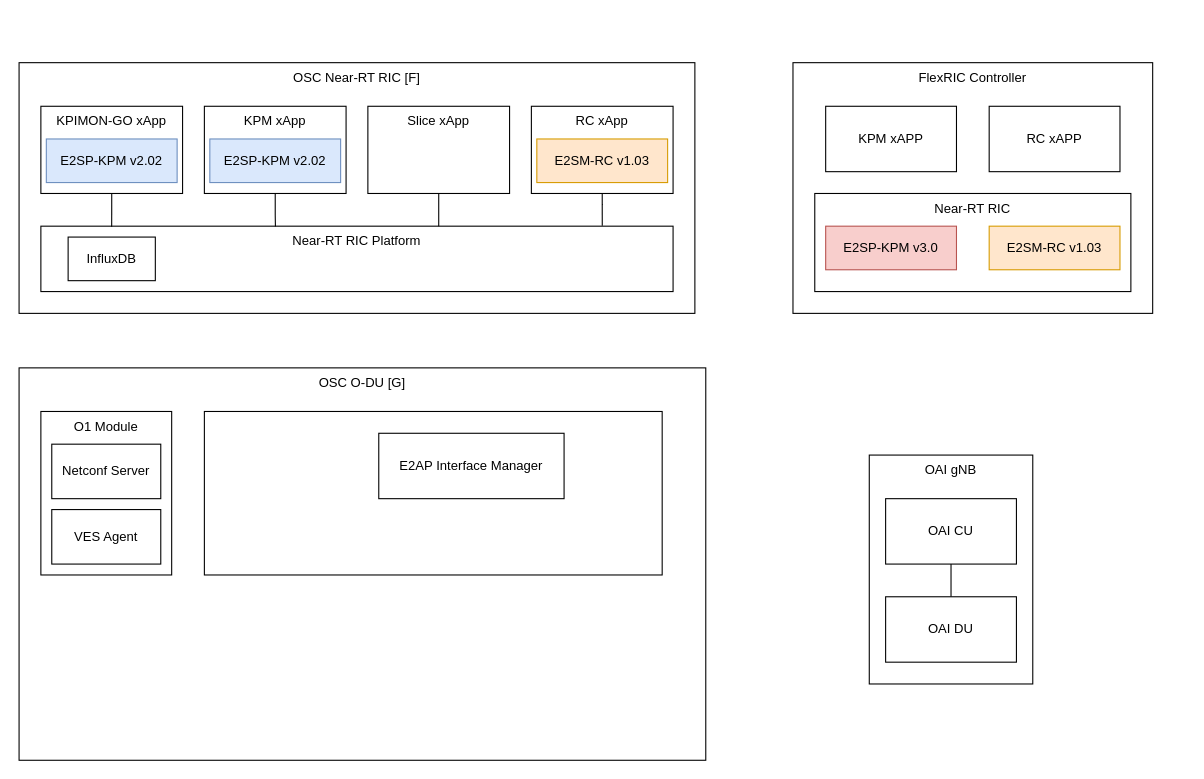
NTUST-BMW-Lab/bubbleran keeps this draw.io diagram as page "Final Goal" (3 of 3) of BubleRAN_OSC Interconnection.drawio. Above is the earlier version. Source tidied: cells renumbered, new cells numbered last; positions are measured from the earlier drawing's top-left corner, leaving out a move shared by most shapes. Both pictures are drawn from the tidied source at 109%, with x=0, y=0 at pixel (19, 62).
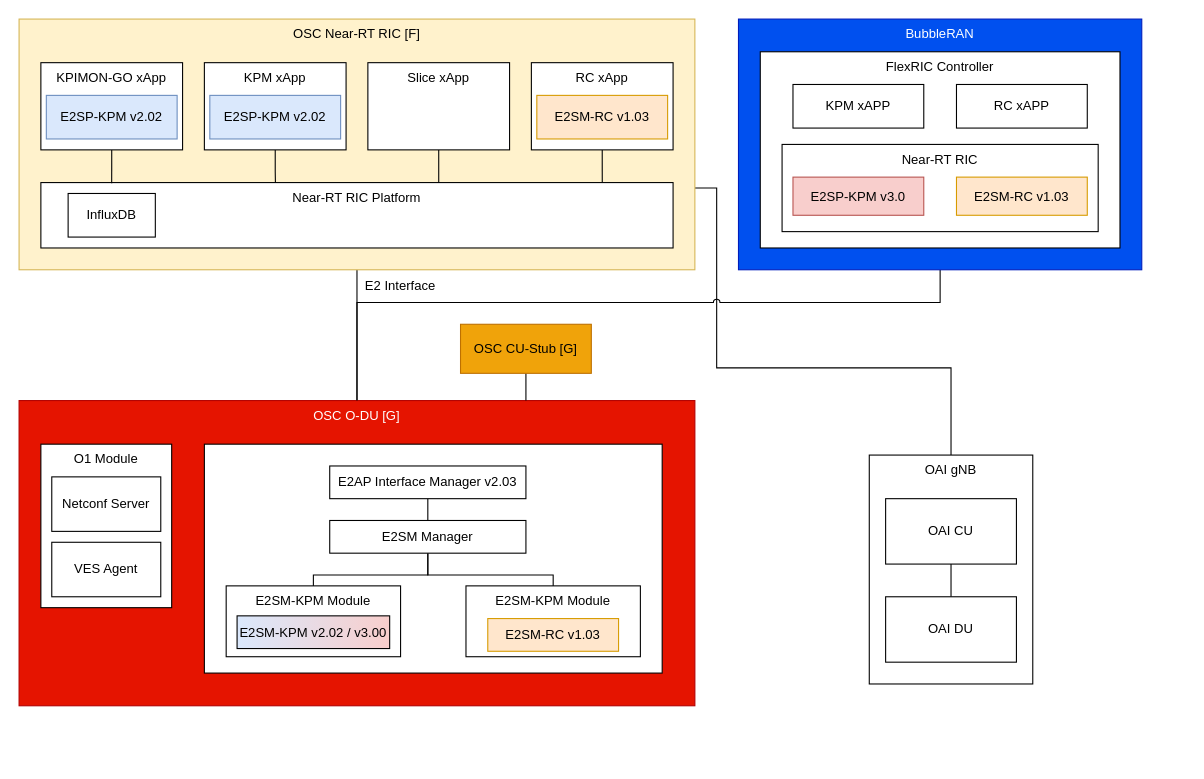
The same page after the edit.

Unchanged cells that the change refers to:
```xml
<mxCell id="2" value="OAI gNB" style="rounded=0;whiteSpace=wrap;html=1;verticalAlign=top;" parent="1" vertex="1">
  <mxGeometry x="780" y="360" width="150" height="210" as="geometry" />
</mxCell>
```

Diff of the diagram source:
```diff
@@
+    <mxCell id="36" style="edgeStyle=orthogonalEdgeStyle;rounded=0;jettySize=auto;html=1;endArrow=none;endFill=0;" parent="1" edge="1" source="6" target="30">
+      <mxGeometry relative="1" as="geometry" />
+    </mxCell>
+    <mxCell id="37" style="edgeStyle=orthogonalEdgeStyle;rounded=0;jettySize=auto;html=1;endArrow=none;endFill=0;jumpStyle=arc;" parent="1" edge="1" source="6" target="2">
+      <mxGeometry relative="1" as="geometry">
+        <Array as="points">
+          <mxPoint x="640" y="115" />
+          <mxPoint x="640" y="280" />
+          <mxPoint x="855" y="280" />
+        </Array>
+      </mxGeometry>
+    </mxCell>
-    <mxCell id="6" value="OSC Near-RT RIC [F]" style="rounded=0;whiteSpace=wrap;html=1;verticalAlign=top;" parent="1" vertex="1">
-      <mxGeometry width="620" height="230" as="geometry" />
+    <mxCell id="6" value="OSC Near-RT RIC [F]" style="rounded=0;whiteSpace=wrap;html=1;verticalAlign=top;fillColor=#fff2cc;strokeColor=#d6b656;" parent="1" vertex="1">
+      <mxGeometry y="-40" width="620" height="230" as="geometry" />
     </mxCell>
     <mxCell id="7" value="Slice xApp" style="rounded=0;whiteSpace=wrap;html=1;verticalAlign=top;" parent="1" vertex="1">
-      <mxGeometry x="320" y="40" width="130" height="80" as="geometry" />
+      <mxGeometry x="320" width="130" height="80" as="geometry" />
     </mxCell>
     <mxCell id="8" style="group;" parent="1" vertex="1">
-      <mxGeometry x="20" y="40" width="130" height="80" as="geometry" />
+      <mxGeometry x="20" width="130" height="80" as="geometry" />
     </mxCell>
@@
     <mxCell id="11" style="group;" parent="1" vertex="1">
-      <mxGeometry x="170" y="40" width="130" height="80" as="geometry" />
+      <mxGeometry x="170" width="130" height="80" as="geometry" />
     </mxCell>
@@
     <mxCell id="14" style="group;" parent="1" vertex="1">
-      <mxGeometry x="470" y="40" width="130" height="80" as="geometry" />
+      <mxGeometry x="470" width="130" height="80" as="geometry" />
     </mxCell>
@@
-    <mxCell id="17" style="group;" parent="1" vertex="1">
-      <mxGeometry x="710" width="330" height="230" as="geometry" />
-    </mxCell>
-    <mxCell id="18" value="FlexRIC Controller" style="rounded=0;whiteSpace=wrap;html=1;verticalAlign=top;" parent="17" vertex="1">
-      <mxGeometry width="330" height="230" as="geometry" />
-    </mxCell>
-    <mxCell id="19" value="KPM xAPP" style="rounded=0;whiteSpace=wrap;html=1;" parent="17" vertex="1">
-      <mxGeometry x="30" y="40" width="120" height="60" as="geometry" />
-    </mxCell>
-    <mxCell id="20" value="RC xAPP" style="rounded=0;whiteSpace=wrap;html=1;" parent="17" vertex="1">
-      <mxGeometry x="180" y="40" width="120" height="60" as="geometry" />
-    </mxCell>
-    <mxCell id="21" value="Near-RT RIC" style="rounded=0;whiteSpace=wrap;html=1;verticalAlign=top;" parent="17" vertex="1">
-      <mxGeometry x="20" y="120" width="290" height="90" as="geometry" />
-    </mxCell>
-    <mxCell id="22" value="E2SP-KPM v3.0" style="rounded=0;whiteSpace=wrap;html=1;fillColor=#f8cecc;strokeColor=#b85450;" parent="17" vertex="1">
-      <mxGeometry x="30" y="150" width="120" height="40" as="geometry" />
-    </mxCell>
-    <mxCell id="23" value="E2SM-RC v1.03" style="rounded=0;whiteSpace=wrap;html=1;fillColor=#ffe6cc;strokeColor=#d79b00;" parent="17" vertex="1">
-      <mxGeometry x="180" y="150" width="120" height="40" as="geometry" />
-    </mxCell>
     <mxCell id="24" value="Near-RT RIC Platform" style="rounded=0;whiteSpace=wrap;html=1;verticalAlign=top;" parent="1" vertex="1">
-      <mxGeometry x="20" y="150" width="580" height="60" as="geometry" />
+      <mxGeometry x="20" y="110" width="580" height="60" as="geometry" />
     </mxCell>
     <mxCell id="25" value="InfluxDB" style="rounded=0;whiteSpace=wrap;html=1;" parent="1" vertex="1">
-      <mxGeometry x="45" y="160" width="80" height="40" as="geometry" />
+      <mxGeometry x="45" y="120" width="80" height="40" as="geometry" />
     </mxCell>
@@
     <mxCell id="28" style="edgeStyle=orthogonalEdgeStyle;rounded=0;jettySize=auto;html=1;endArrow=none;endFill=0;" parent="1" edge="1" source="7">
       <mxGeometry relative="1" as="geometry">
-        <mxPoint x="385" y="150" as="targetPoint" />
+        <mxPoint x="385" y="110" as="targetPoint" />
         <Array as="points">
-          <mxPoint x="385" y="150" />
+          <mxPoint x="385" y="110" />
         </Array>
       </mxGeometry>
     </mxCell>
@@
-    <mxCell id="30" value="OSC O-DU [G]" style="rounded=0;whiteSpace=wrap;html=1;verticalAlign=top;" parent="1" vertex="1">
-      <mxGeometry y="280" width="630" height="360" as="geometry" />
+    <mxCell id="30" value="OSC O-DU [G]" style="rounded=0;whiteSpace=wrap;html=1;verticalAlign=top;fillColor=#e51400;fontColor=#ffffff;strokeColor=#B20000;" parent="1" vertex="1">
+      <mxGeometry y="310" width="620" height="280" as="geometry" />
     </mxCell>
     <mxCell id="31" value="O1 Module" style="rounded=0;whiteSpace=wrap;html=1;verticalAlign=top;" parent="1" vertex="1">
-      <mxGeometry x="20" y="320" width="120" height="150" as="geometry" />
+      <mxGeometry x="20" y="350" width="120" height="150" as="geometry" />
     </mxCell>
     <mxCell id="32" value="Netconf Server" style="rounded=0;whiteSpace=wrap;html=1;" parent="1" vertex="1">
-      <mxGeometry x="30" y="350" width="100" height="50" as="geometry" />
+      <mxGeometry x="30" y="380" width="100" height="50" as="geometry" />
     </mxCell>
     <mxCell id="33" value="VES Agent" style="rounded=0;whiteSpace=wrap;html=1;" parent="1" vertex="1">
-      <mxGeometry x="30" y="410" width="100" height="50" as="geometry" />
+      <mxGeometry x="30" y="440" width="100" height="50" as="geometry" />
     </mxCell>
     <mxCell id="34" style="rounded=0;whiteSpace=wrap;html=1;" parent="1" vertex="1">
-      <mxGeometry x="170" y="320" width="420" height="150" as="geometry" />
+      <mxGeometry x="170" y="350" width="420" height="210" as="geometry" />
     </mxCell>
+    <mxCell id="38" style="edgeStyle=orthogonalEdgeStyle;rounded=0;jettySize=auto;html=1;entryX=0.5;entryY=0;entryDx=0;entryDy=0;endArrow=none;endFill=0;" parent="1" edge="1" source="35" target="41">
+      <mxGeometry relative="1" as="geometry" />
+    </mxCell>
-    <mxCell id="35" value="E2AP Interface Manager" style="rounded=0;whiteSpace=wrap;html=1;" parent="1" vertex="1">
-      <mxGeometry x="330" y="340" width="170" height="60" as="geometry" />
+    <mxCell id="35" value="E2AP Interface Manager v2.03" style="rounded=0;whiteSpace=wrap;html=1;" parent="1" vertex="1">
+      <mxGeometry x="285" y="370" width="180" height="30" as="geometry" />
     </mxCell>
+    <mxCell id="39" style="edgeStyle=orthogonalEdgeStyle;rounded=0;jettySize=auto;html=1;endArrow=none;endFill=0;" parent="1" edge="1" source="41" target="43">
+      <mxGeometry relative="1" as="geometry" />
+    </mxCell>
+    <mxCell id="40" style="edgeStyle=orthogonalEdgeStyle;rounded=0;jettySize=auto;html=1;endArrow=none;endFill=0;" parent="1" edge="1" source="41" target="45">
+      <mxGeometry relative="1" as="geometry">
+        <Array as="points">
+          <mxPoint x="375" y="470" />
+          <mxPoint x="490" y="470" />
+        </Array>
+      </mxGeometry>
+    </mxCell>
+    <mxCell id="41" value="E2SM Manager" style="rounded=0;whiteSpace=wrap;html=1;" parent="1" vertex="1">
+      <mxGeometry x="285" y="420" width="180" height="30" as="geometry" />
+    </mxCell>
+    <mxCell id="42" style="group;" parent="1" vertex="1">
+      <mxGeometry x="190" y="480" width="160" height="65" as="geometry" />
+    </mxCell>
+    <mxCell id="43" value="E2SM-KPM Module" style="rounded=0;whiteSpace=wrap;html=1;verticalAlign=top;" parent="42" vertex="1">
+      <mxGeometry width="160" height="65" as="geometry" />
+    </mxCell>
+    <mxCell id="44" value="E2SM-KPM v2.02 / v3.00" style="rounded=0;whiteSpace=wrap;html=1;gradientColor=#DAE8FC;gradientDirection=west;fillColor=#F8CECC;" parent="42" vertex="1">
+      <mxGeometry x="10" y="27.5" width="140" height="30" as="geometry" />
+    </mxCell>
+    <mxCell id="45" value="E2SM-KPM Module" style="rounded=0;whiteSpace=wrap;html=1;verticalAlign=top;" parent="1" vertex="1">
+      <mxGeometry x="410" y="480" width="160" height="65" as="geometry" />
+    </mxCell>
+    <mxCell id="46" value="E2SM-RC v1.03" style="rounded=0;whiteSpace=wrap;html=1;fillColor=#ffe6cc;strokeColor=#d79b00;" parent="1" vertex="1">
+      <mxGeometry x="430" y="510" width="120" height="30" as="geometry" />
+    </mxCell>
+    <mxCell id="47" style="edgeStyle=orthogonalEdgeStyle;rounded=0;jettySize=auto;html=1;entryX=0.75;entryY=0;entryDx=0;entryDy=0;endArrow=none;endFill=0;" parent="1" edge="1" source="48" target="30">
+      <mxGeometry relative="1" as="geometry" />
+    </mxCell>
+    <mxCell id="48" value="OSC CU-Stub [G]" style="rounded=0;whiteSpace=wrap;html=1;fillColor=#f0a30a;strokeColor=#BD7000;fontColor=#000000;" parent="1" vertex="1">
+      <mxGeometry x="405" y="240" width="120" height="45" as="geometry" />
+    </mxCell>
+    <mxCell id="49" style="edgeStyle=orthogonalEdgeStyle;rounded=0;jettySize=auto;html=1;endArrow=none;endFill=0;jumpStyle=arc;exitX=0.5;exitY=1;exitDx=0;exitDy=0;" parent="1" edge="1" source="51" target="30">
+      <mxGeometry relative="1" as="geometry">
+        <Array as="points">
+          <mxPoint x="845" y="220" />
+          <mxPoint x="310" y="220" />
+        </Array>
+      </mxGeometry>
+    </mxCell>
+    <mxCell id="50" value="E2 Interface" style="text;html=1;strokeColor=none;fillColor=none;align=center;verticalAlign=middle;whiteSpace=wrap;rounded=0;" parent="1" vertex="1">
+      <mxGeometry x="295" y="190" width="110" height="30" as="geometry" />
+    </mxCell>
+    <mxCell id="51" value="BubbleRAN" style="rounded=0;whiteSpace=wrap;html=1;verticalAlign=top;fillColor=#0050ef;fontColor=#ffffff;strokeColor=#001DBC;" parent="1" vertex="1">
+      <mxGeometry x="660" y="-40" width="370" height="230" as="geometry" />
+    </mxCell>
+    <mxCell id="52" style="group;verticalAlign=top;" parent="1" vertex="1">
+      <mxGeometry x="720" width="350" height="250" as="geometry" />
+    </mxCell>
+    <mxCell id="18" value="FlexRIC Controller" style="rounded=0;whiteSpace=wrap;html=1;verticalAlign=top;" parent="52" vertex="1">
+      <mxGeometry x="-40" y="-10" width="330" height="180" as="geometry" />
+    </mxCell>
+    <mxCell id="19" value="KPM xAPP" style="rounded=0;whiteSpace=wrap;html=1;" parent="52" vertex="1">
+      <mxGeometry x="-10" y="20" width="120" height="40" as="geometry" />
+    </mxCell>
+    <mxCell id="20" value="RC xAPP" style="rounded=0;whiteSpace=wrap;html=1;" parent="52" vertex="1">
+      <mxGeometry x="140" y="20" width="120" height="40" as="geometry" />
+    </mxCell>
+    <mxCell id="21" value="Near-RT RIC" style="rounded=0;whiteSpace=wrap;html=1;verticalAlign=top;" parent="52" vertex="1">
+      <mxGeometry x="-20" y="75" width="290" height="80" as="geometry" />
+    </mxCell>
+    <mxCell id="22" value="E2SP-KPM v3.0" style="rounded=0;whiteSpace=wrap;html=1;fillColor=#f8cecc;strokeColor=#b85450;" parent="52" vertex="1">
+      <mxGeometry x="-10" y="105" width="120" height="35" as="geometry" />
+    </mxCell>
+    <mxCell id="53" value="E2SM-RC v1.03" style="rounded=0;whiteSpace=wrap;html=1;fillColor=#ffe6cc;strokeColor=#d79b00;" parent="52" vertex="1">
+      <mxGeometry x="140" y="105" width="120" height="35" as="geometry" />
+    </mxCell>
+    <mxCell id="54" style="edgeStyle=orthogonalEdgeStyle;rounded=0;orthogonalLoop=1;jettySize=auto;html=1;exitX=0.5;exitY=1;exitDx=0;exitDy=0;" parent="52" edge="1" source="18" target="18">
+      <mxGeometry relative="1" as="geometry" />
+    </mxCell>
```
